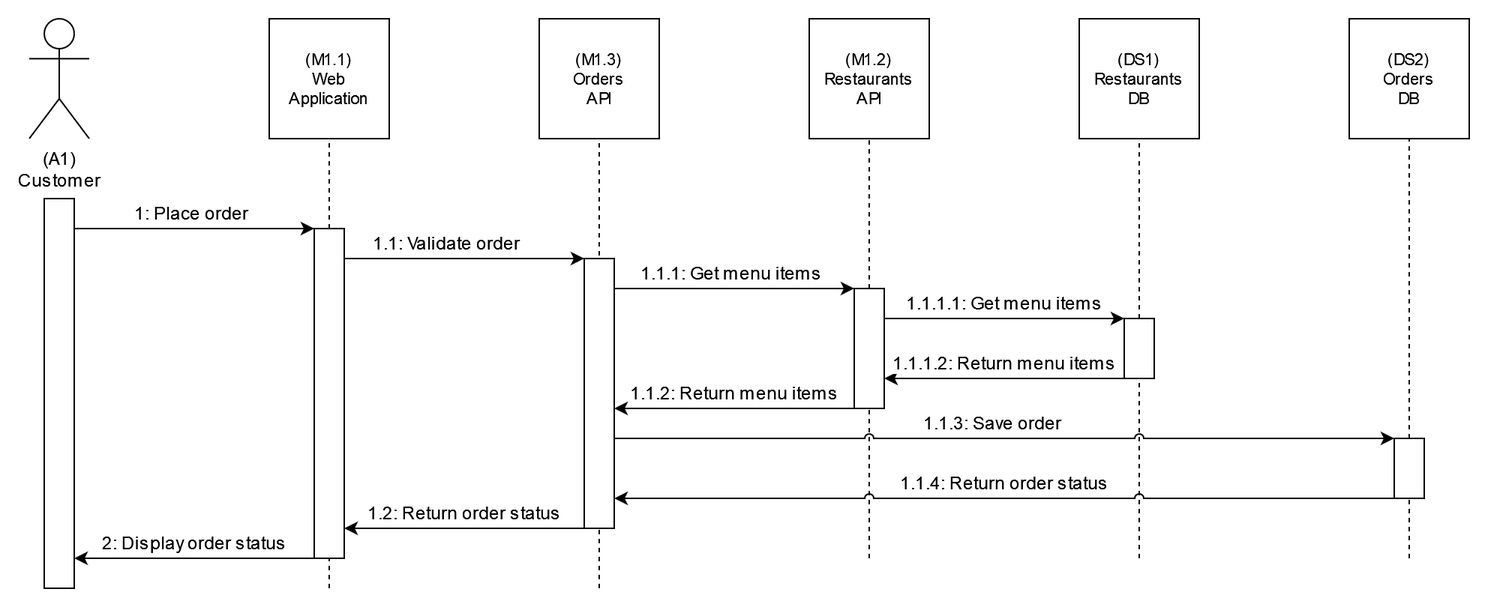
This is sequence-diagram-2-2.png from soofka/aop-example, a draw.io export, as it was before one commit. Source tidied: cells renumbered, new cells last; positions are measured from the earlier drawing's top-left corner, leaving out a move shared by most shapes. Source of this version:
```xml
<mxGraphModel>
  <root>
    <mxCell id="0" />
    <mxCell id="1" parent="0" />
    <mxCell id="2" value="&lt;div&gt;(A1)&lt;/div&gt;&lt;div&gt;Customer&lt;/div&gt;" style="shape=umlActor;verticalLabelPosition=bottom;verticalAlign=top;html=1;" parent="1" vertex="1">
      <mxGeometry width="40" height="80" as="geometry" />
    </mxCell>
    <mxCell id="3" style="rounded=0;whiteSpace=wrap;html=1;fontSize=12;" parent="1" vertex="1">
      <mxGeometry x="10" y="120" width="20" height="260" as="geometry" />
    </mxCell>
    <mxCell id="4" value="&lt;div&gt;(M1.1)&lt;/div&gt;&lt;div&gt;Web &lt;br&gt;&lt;/div&gt;&lt;div&gt;Application&lt;/div&gt;" style="rounded=0;whiteSpace=wrap;html=1;fontSize=11;" parent="1" vertex="1">
      <mxGeometry x="160" width="80" height="80" as="geometry" />
    </mxCell>
    <mxCell id="5" style="endArrow=none;dashed=1;html=1;rounded=0;labelBackgroundColor=default;fontSize=12;jumpStyle=arc;entryX=0.5;entryY=1;entryDx=0;entryDy=0;" parent="1" edge="1" target="4">
      <mxGeometry relative="1" as="geometry">
        <mxPoint x="200" y="380" as="sourcePoint" />
      </mxGeometry>
    </mxCell>
    <mxCell id="6" style="rounded=0;whiteSpace=wrap;html=1;fontSize=12;" parent="1" vertex="1">
      <mxGeometry x="190" y="140" width="20" height="220" as="geometry" />
    </mxCell>
    <mxCell id="7" value="1: Place order" style="endArrow=classic;html=1;rounded=0;labelBackgroundColor=default;fontSize=12;jumpStyle=arc;entryX=0;entryY=0;entryDx=0;entryDy=0;exitX=1;exitY=0.25;exitDx=0;exitDy=0;edgeStyle=orthogonalEdgeStyle;" parent="1" edge="1" source="3" target="6">
      <mxGeometry x="0.2" y="10" relative="1" as="geometry">
        <Array as="points">
          <mxPoint x="30" y="140" />
        </Array>
      </mxGeometry>
    </mxCell>
    <mxCell id="8" value="&lt;div&gt;(M1.3) &lt;br&gt;&lt;/div&gt;&lt;div&gt;Orders&lt;br&gt;&lt;/div&gt;&lt;div&gt;API&lt;br&gt;&lt;/div&gt;" style="rounded=0;whiteSpace=wrap;html=1;fontSize=11;" parent="1" vertex="1">
      <mxGeometry x="340" width="80" height="80" as="geometry" />
    </mxCell>
    <mxCell id="9" style="endArrow=none;dashed=1;html=1;rounded=0;labelBackgroundColor=default;fontSize=12;jumpStyle=arc;entryX=0.5;entryY=1;entryDx=0;entryDy=0;" parent="1" edge="1" target="8">
      <mxGeometry relative="1" as="geometry">
        <mxPoint x="380" y="380" as="sourcePoint" />
      </mxGeometry>
    </mxCell>
    <mxCell id="10" style="rounded=0;whiteSpace=wrap;html=1;fontSize=12;" parent="1" vertex="1">
      <mxGeometry x="370" y="160" width="20" height="180" as="geometry" />
    </mxCell>
    <mxCell id="11" value="&lt;div&gt;(M1.2)&lt;/div&gt;&lt;div&gt;Restaurants &lt;br&gt;&lt;/div&gt;&lt;div&gt;API&lt;br&gt;&lt;/div&gt;" style="rounded=0;whiteSpace=wrap;html=1;fontSize=11;" parent="1" vertex="1">
      <mxGeometry x="520" width="80" height="80" as="geometry" />
    </mxCell>
    <mxCell id="12" style="endArrow=none;dashed=1;html=1;rounded=0;labelBackgroundColor=default;fontSize=12;jumpStyle=arc;entryX=0.5;entryY=1;entryDx=0;entryDy=0;" parent="1" edge="1" target="11">
      <mxGeometry relative="1" as="geometry">
        <mxPoint x="560" y="360" as="sourcePoint" />
      </mxGeometry>
    </mxCell>
    <mxCell id="13" style="rounded=0;whiteSpace=wrap;html=1;fontSize=12;" parent="1" vertex="1">
      <mxGeometry x="550" y="180" width="20" height="80" as="geometry" />
    </mxCell>
    <mxCell id="14" value="&lt;div&gt;1.1: Validate order&lt;br&gt;&lt;/div&gt;" style="endArrow=classic;html=1;rounded=0;labelBackgroundColor=default;fontSize=12;jumpStyle=arc;entryX=0;entryY=0;entryDx=0;entryDy=0;exitX=1;exitY=0.25;exitDx=0;exitDy=0;edgeStyle=orthogonalEdgeStyle;" parent="1" edge="1" source="6" target="10">
      <mxGeometry x="0.06" y="10" relative="1" as="geometry">
        <Array as="points">
          <mxPoint x="210" y="160" />
        </Array>
      </mxGeometry>
    </mxCell>
    <mxCell id="15" value="&lt;div&gt;1.1.1: Get menu items&lt;br&gt;&lt;/div&gt;" style="endArrow=classic;html=1;rounded=0;labelBackgroundColor=default;fontSize=12;jumpStyle=arc;entryX=0;entryY=0;entryDx=0;entryDy=0;exitX=1;exitY=0.25;exitDx=0;exitDy=0;edgeStyle=orthogonalEdgeStyle;" parent="1" edge="1" source="10" target="13">
      <mxGeometry x="0.11" y="10" relative="1" as="geometry">
        <Array as="points">
          <mxPoint x="390" y="180" />
        </Array>
      </mxGeometry>
    </mxCell>
    <mxCell id="16" value="&lt;div&gt;1.1.2: Return menu items&lt;br&gt;&lt;/div&gt;" style="endArrow=classic;html=1;rounded=0;labelBackgroundColor=default;fontSize=12;jumpStyle=arc;exitX=0;exitY=1;exitDx=0;exitDy=0;edgeStyle=orthogonalEdgeStyle;" parent="1" edge="1" source="13">
      <mxGeometry y="-10" relative="1" as="geometry">
        <mxPoint x="390" y="260" as="targetPoint" />
        <Array as="points">
          <mxPoint x="390" y="260" />
        </Array>
      </mxGeometry>
    </mxCell>
    <mxCell id="17" value="&lt;div&gt;(DS1)&lt;/div&gt;&lt;div&gt;Restaurants&lt;/div&gt;&lt;div&gt;DB&lt;br&gt;&lt;/div&gt;" style="rounded=0;whiteSpace=wrap;html=1;fontSize=11;" parent="1" vertex="1">
      <mxGeometry x="700" width="80" height="80" as="geometry" />
    </mxCell>
    <mxCell id="18" style="endArrow=none;dashed=1;html=1;rounded=0;labelBackgroundColor=default;fontSize=12;jumpStyle=arc;entryX=0.5;entryY=1;entryDx=0;entryDy=0;startArrow=none;" parent="1" edge="1" source="22" target="17">
      <mxGeometry relative="1" as="geometry" />
    </mxCell>
    <mxCell id="19" value="&lt;div&gt;(DS2) &lt;br&gt;&lt;/div&gt;&lt;div&gt;Orders&lt;br&gt;&lt;/div&gt;&lt;div&gt;DB&lt;br&gt;&lt;/div&gt;" style="rounded=0;whiteSpace=wrap;html=1;fontSize=11;" parent="1" vertex="1">
      <mxGeometry x="880" width="80" height="80" as="geometry" />
    </mxCell>
    <mxCell id="20" style="endArrow=none;dashed=1;html=1;rounded=0;labelBackgroundColor=default;fontSize=12;jumpStyle=arc;entryX=0.5;entryY=1;entryDx=0;entryDy=0;startArrow=none;" parent="1" edge="1" source="26" target="19">
      <mxGeometry relative="1" as="geometry" />
    </mxCell>
    <mxCell id="21" value="&lt;div&gt;1.1.1.1: Get menu items&lt;br&gt;&lt;/div&gt;" style="endArrow=classic;html=1;rounded=0;labelBackgroundColor=default;fontSize=12;jumpStyle=arc;entryX=0;entryY=0;entryDx=0;entryDy=0;exitX=1;exitY=0.5;exitDx=0;exitDy=0;edgeStyle=orthogonalEdgeStyle;" parent="1" edge="1" source="13" target="22">
      <mxGeometry x="0.11" y="10" relative="1" as="geometry">
        <Array as="points">
          <mxPoint x="650" y="200" />
          <mxPoint x="650" y="200" />
        </Array>
      </mxGeometry>
    </mxCell>
    <mxCell id="22" style="rounded=0;whiteSpace=wrap;html=1;fontSize=12;" parent="1" vertex="1">
      <mxGeometry x="730" y="200" width="20" height="40" as="geometry" />
    </mxCell>
    <mxCell id="23" style="endArrow=none;dashed=1;html=1;rounded=0;labelBackgroundColor=default;fontSize=12;jumpStyle=arc;entryX=0.5;entryY=1;entryDx=0;entryDy=0;" parent="1" edge="1" target="22">
      <mxGeometry relative="1" as="geometry">
        <mxPoint x="740" y="360" as="sourcePoint" />
      </mxGeometry>
    </mxCell>
    <mxCell id="24" value="&lt;div&gt;1.1.1.2: Return menu items&lt;br&gt;&lt;/div&gt;" style="endArrow=classic;html=1;rounded=0;labelBackgroundColor=default;fontSize=12;jumpStyle=arc;entryX=1;entryY=0.75;entryDx=0;entryDy=0;exitX=0;exitY=1;exitDx=0;exitDy=0;edgeStyle=orthogonalEdgeStyle;" parent="1" edge="1" source="22" target="13">
      <mxGeometry y="-10" relative="1" as="geometry">
        <Array as="points">
          <mxPoint x="650" y="240" />
          <mxPoint x="650" y="240" />
        </Array>
      </mxGeometry>
    </mxCell>
    <mxCell id="25" value="1.1.3: Save order" style="endArrow=classic;html=1;rounded=0;labelBackgroundColor=default;fontSize=12;jumpStyle=arc;exitX=1;exitY=0.75;exitDx=0;exitDy=0;edgeStyle=orthogonalEdgeStyle;entryX=0;entryY=0;entryDx=0;entryDy=0;" parent="1" edge="1" source="10" target="26">
      <mxGeometry y="10" relative="1" as="geometry">
        <Array as="points">
          <mxPoint x="780" y="280" />
          <mxPoint x="780" y="280" />
        </Array>
      </mxGeometry>
    </mxCell>
    <mxCell id="26" style="rounded=0;whiteSpace=wrap;html=1;fontSize=12;" parent="1" vertex="1">
      <mxGeometry x="910" y="280" width="20" height="40" as="geometry" />
    </mxCell>
    <mxCell id="27" style="endArrow=none;dashed=1;html=1;rounded=0;labelBackgroundColor=default;fontSize=12;jumpStyle=arc;entryX=0.5;entryY=1;entryDx=0;entryDy=0;" parent="1" edge="1" target="26">
      <mxGeometry relative="1" as="geometry">
        <mxPoint x="920" y="360" as="sourcePoint" />
      </mxGeometry>
    </mxCell>
    <mxCell id="28" value="1.1.4: Return order status" style="endArrow=classic;html=1;rounded=0;labelBackgroundColor=default;fontSize=12;jumpStyle=arc;exitX=0;exitY=1;exitDx=0;exitDy=0;edgeStyle=orthogonalEdgeStyle;" parent="1" edge="1" source="26">
      <mxGeometry y="-10" relative="1" as="geometry">
        <mxPoint x="390" y="320" as="targetPoint" />
        <Array as="points">
          <mxPoint x="650" y="320" />
          <mxPoint x="650" y="320" />
        </Array>
      </mxGeometry>
    </mxCell>
    <mxCell id="29" value="&lt;div&gt;1.2: Return order status&lt;br&gt;&lt;/div&gt;" style="endArrow=classic;html=1;rounded=0;labelBackgroundColor=default;fontSize=12;jumpStyle=arc;exitX=0;exitY=1;exitDx=0;exitDy=0;edgeStyle=orthogonalEdgeStyle;" parent="1" edge="1" source="10">
      <mxGeometry y="-10" relative="1" as="geometry">
        <mxPoint x="210" y="340" as="targetPoint" />
        <Array as="points">
          <mxPoint x="300" y="340" />
          <mxPoint x="300" y="340" />
        </Array>
      </mxGeometry>
    </mxCell>
    <mxCell id="30" value="2: Display order status" style="endArrow=classic;html=1;rounded=0;labelBackgroundColor=default;fontSize=12;jumpStyle=arc;exitX=0;exitY=1;exitDx=0;exitDy=0;edgeStyle=orthogonalEdgeStyle;entryX=1;entryY=0.923;entryDx=0;entryDy=0;entryPerimeter=0;" parent="1" edge="1" source="6" target="3">
      <mxGeometry y="-10" relative="1" as="geometry">
        <Array as="points">
          <mxPoint x="150" y="360" />
          <mxPoint x="150" y="360" />
        </Array>
      </mxGeometry>
    </mxCell>
  </root>
</mxGraphModel>
```
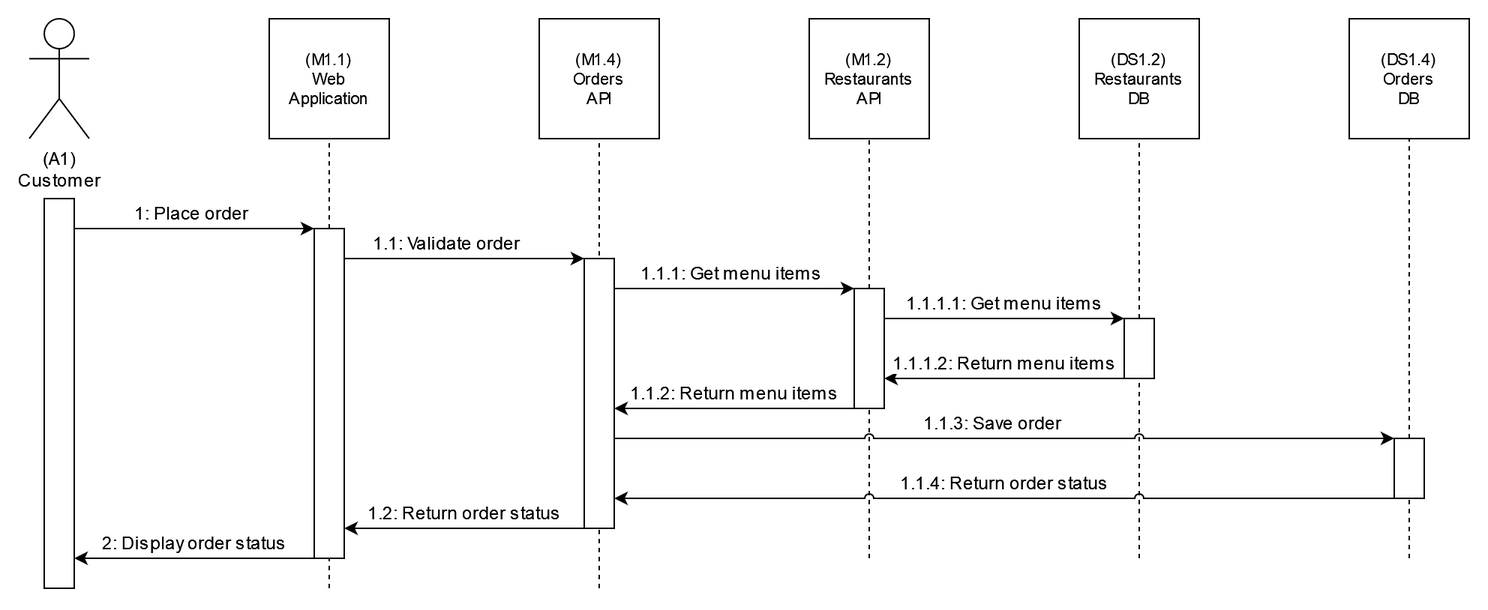
After the change.

Change to the diagram source:
```diff
@@ -26,7 +26,7 @@
         </Array>
       </mxGeometry>
     </mxCell>
-    <mxCell id="8" value="&lt;div&gt;(M1.3) &lt;br&gt;&lt;/div&gt;&lt;div&gt;Orders&lt;br&gt;&lt;/div&gt;&lt;div&gt;API&lt;br&gt;&lt;/div&gt;" style="rounded=0;whiteSpace=wrap;html=1;fontSize=11;" parent="1" vertex="1">
+    <mxCell id="8" value="&lt;div&gt;(M1.4) &lt;br&gt;&lt;/div&gt;&lt;div&gt;Orders&lt;br&gt;&lt;/div&gt;&lt;div&gt;API&lt;br&gt;&lt;/div&gt;" style="rounded=0;whiteSpace=wrap;html=1;fontSize=11;" parent="1" vertex="1">
       <mxGeometry x="340" width="80" height="80" as="geometry" />
     </mxCell>
     <mxCell id="9" style="endArrow=none;dashed=1;html=1;rounded=0;labelBackgroundColor=default;fontSize=12;jumpStyle=arc;entryX=0.5;entryY=1;entryDx=0;entryDy=0;" parent="1" edge="1" target="8">
@@ -70,13 +70,13 @@
         </Array>
       </mxGeometry>
     </mxCell>
-    <mxCell id="17" value="&lt;div&gt;(DS1)&lt;/div&gt;&lt;div&gt;Restaurants&lt;/div&gt;&lt;div&gt;DB&lt;br&gt;&lt;/div&gt;" style="rounded=0;whiteSpace=wrap;html=1;fontSize=11;" parent="1" vertex="1">
+    <mxCell id="17" value="&lt;div&gt;(DS1.2)&lt;/div&gt;&lt;div&gt;Restaurants&lt;/div&gt;&lt;div&gt;DB&lt;br&gt;&lt;/div&gt;" style="rounded=0;whiteSpace=wrap;html=1;fontSize=11;" parent="1" vertex="1">
       <mxGeometry x="700" width="80" height="80" as="geometry" />
     </mxCell>
     <mxCell id="18" style="endArrow=none;dashed=1;html=1;rounded=0;labelBackgroundColor=default;fontSize=12;jumpStyle=arc;entryX=0.5;entryY=1;entryDx=0;entryDy=0;startArrow=none;" parent="1" edge="1" source="22" target="17">
       <mxGeometry relative="1" as="geometry" />
     </mxCell>
-    <mxCell id="19" value="&lt;div&gt;(DS2) &lt;br&gt;&lt;/div&gt;&lt;div&gt;Orders&lt;br&gt;&lt;/div&gt;&lt;div&gt;DB&lt;br&gt;&lt;/div&gt;" style="rounded=0;whiteSpace=wrap;html=1;fontSize=11;" parent="1" vertex="1">
+    <mxCell id="19" value="&lt;div&gt;(DS1.4) &lt;br&gt;&lt;/div&gt;&lt;div&gt;Orders&lt;br&gt;&lt;/div&gt;&lt;div&gt;DB&lt;br&gt;&lt;/div&gt;" style="rounded=0;whiteSpace=wrap;html=1;fontSize=11;" parent="1" vertex="1">
       <mxGeometry x="880" width="80" height="80" as="geometry" />
     </mxCell>
     <mxCell id="20" style="endArrow=none;dashed=1;html=1;rounded=0;labelBackgroundColor=default;fontSize=12;jumpStyle=arc;entryX=0.5;entryY=1;entryDx=0;entryDy=0;startArrow=none;" parent="1" edge="1" source="26" target="19">
```
